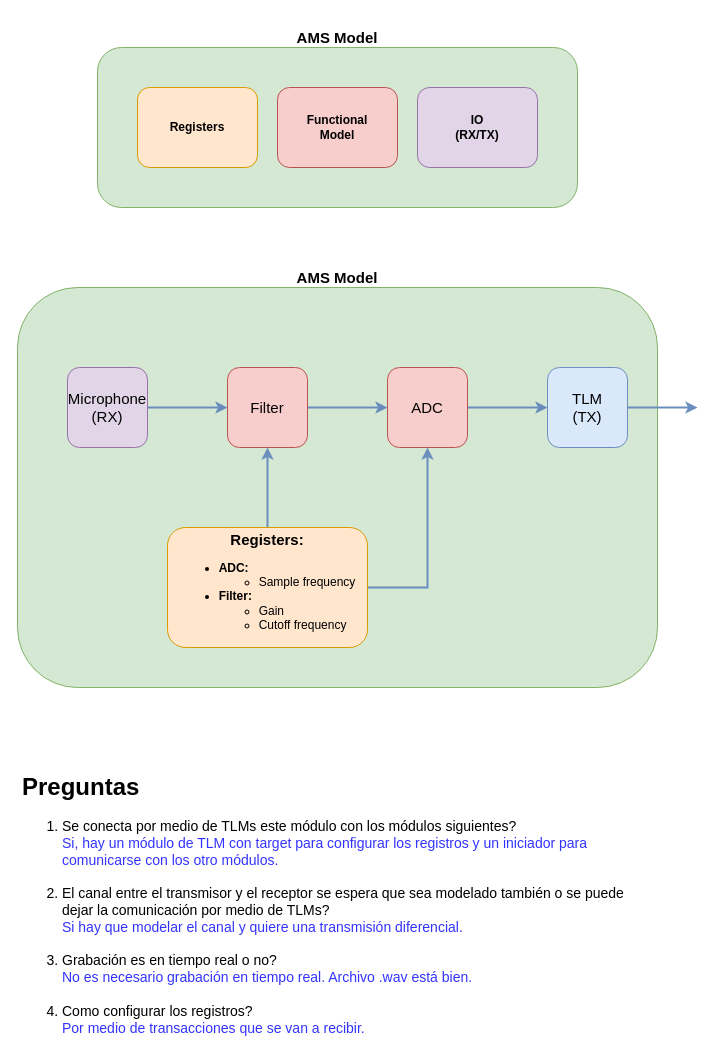
Above: Project3.drawio in bvarela27/SystemC_ams (draw.io), before the change. Source tidied: cells renumbered, new cells numbered last; positions are measured from the earlier drawing's top-left corner, leaving out a move shared by most shapes. Both pictures are drawn from the tidied source at 100%, with x=0, y=0 at pixel (17, 17).
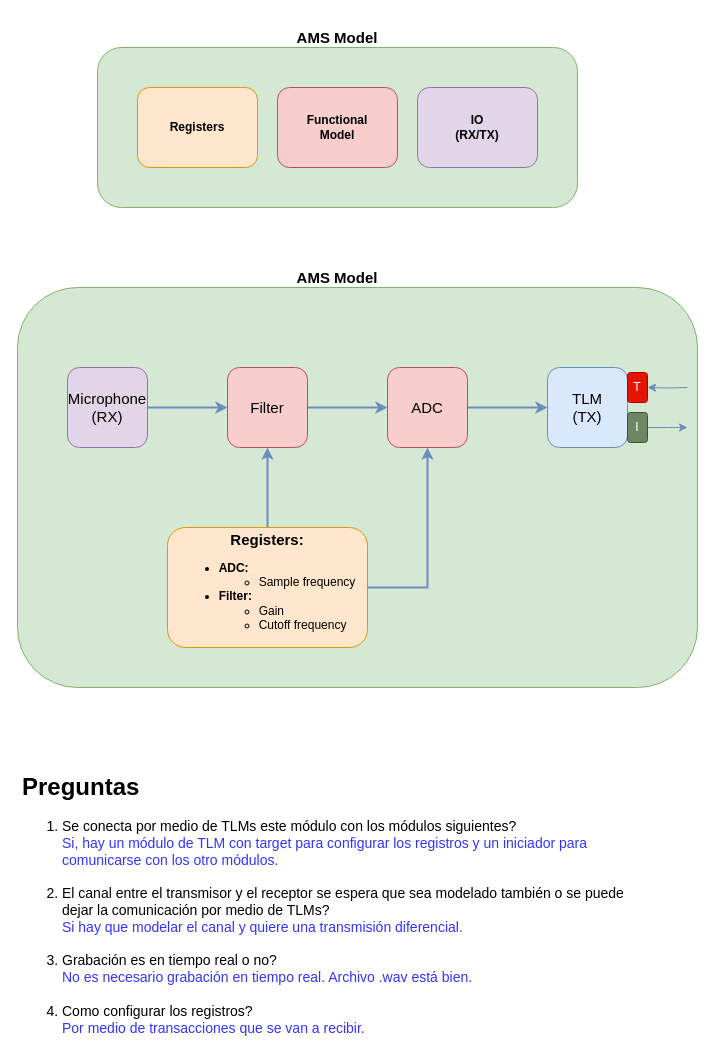
After the change.

Unchanged cells that the change refers to:
```xml
<mxCell id="19" value="TLM&lt;br&gt;(TX)" style="rounded=1;whiteSpace=wrap;html=1;fontSize=15;fillColor=#dae8fc;strokeColor=#6c8ebf;" parent="1" vertex="1">
  <mxGeometry x="530" y="350" width="80" height="80" as="geometry" />
</mxCell>
```

Diff of the diagram source:
```diff
@@
     <mxCell id="2" style="rounded=1;whiteSpace=wrap;html=1;fontSize=15;fillColor=#d5e8d4;strokeColor=#82b366;" parent="1" vertex="1">
-      <mxGeometry y="270" width="640" height="400" as="geometry" />
+      <mxGeometry y="270" width="680" height="400" as="geometry" />
     </mxCell>
@@
-    <mxCell id="18" style="edgeStyle=orthogonalEdgeStyle;rounded=0;jettySize=auto;html=1;exitX=1;exitY=0.5;exitDx=0;exitDy=0;fontSize=15;strokeWidth=2;fillColor=#dae8fc;strokeColor=#6c8ebf;" parent="1" edge="1" source="19">
-      <mxGeometry relative="1" as="geometry">
-        <mxPoint x="680" y="390" as="targetPoint" />
-      </mxGeometry>
-    </mxCell>
@@
+    <mxCell id="21" style="edgeStyle=orthogonalEdgeStyle;rounded=0;jettySize=auto;html=1;entryX=1;entryY=0.5;entryDx=0;entryDy=0;fillColor=#dae8fc;strokeColor=#6c8ebf;" parent="1" edge="1" target="22">
+      <mxGeometry relative="1" as="geometry">
+        <mxPoint x="670" y="370" as="sourcePoint" />
+      </mxGeometry>
+    </mxCell>
+    <mxCell id="22" value="T" style="rounded=1;whiteSpace=wrap;html=1;fillColor=#e51400;strokeColor=#B20000;fontColor=#ffffff;" parent="1" vertex="1">
+      <mxGeometry x="610" y="355" width="20" height="30" as="geometry" />
+    </mxCell>
+    <mxCell id="23" style="edgeStyle=orthogonalEdgeStyle;rounded=0;jettySize=auto;html=1;exitX=1;exitY=0.5;exitDx=0;exitDy=0;fillColor=#dae8fc;strokeColor=#6c8ebf;" parent="1" edge="1" source="24">
+      <mxGeometry relative="1" as="geometry">
+        <mxPoint x="670" y="410" as="targetPoint" />
+      </mxGeometry>
+    </mxCell>
+    <mxCell id="24" value="I" style="rounded=1;whiteSpace=wrap;html=1;fillColor=#6d8764;strokeColor=#3A5431;fontColor=#ffffff;" parent="1" vertex="1">
+      <mxGeometry x="610" y="395" width="20" height="30" as="geometry" />
+    </mxCell>
```
